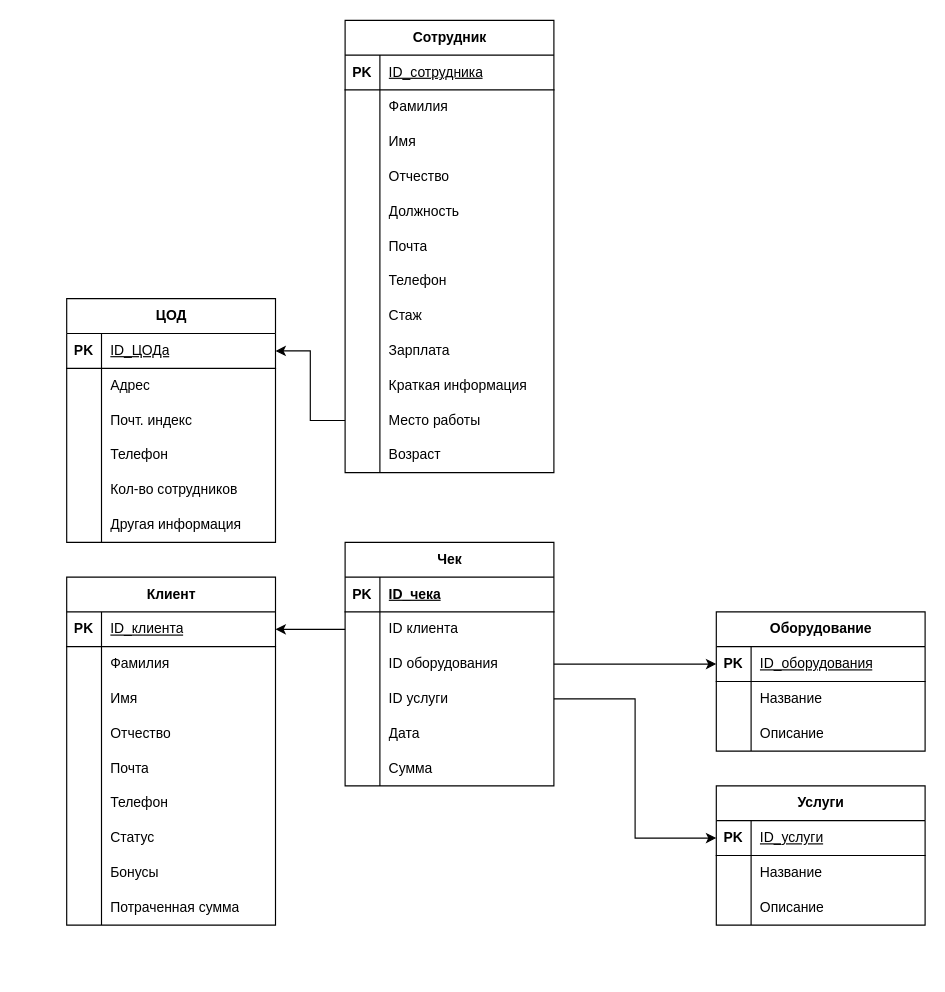
Earlier version of the draw.io diagram datacenter.drawio (tarvarrs/DB-course). Source tidied: cells renumbered, new cells numbered last; positions are measured from the earlier drawing's top-left corner, leaving out a move shared by most shapes. Both pictures are drawn from the tidied source at 116%, with x=0, y=0 at pixel (66, 20).
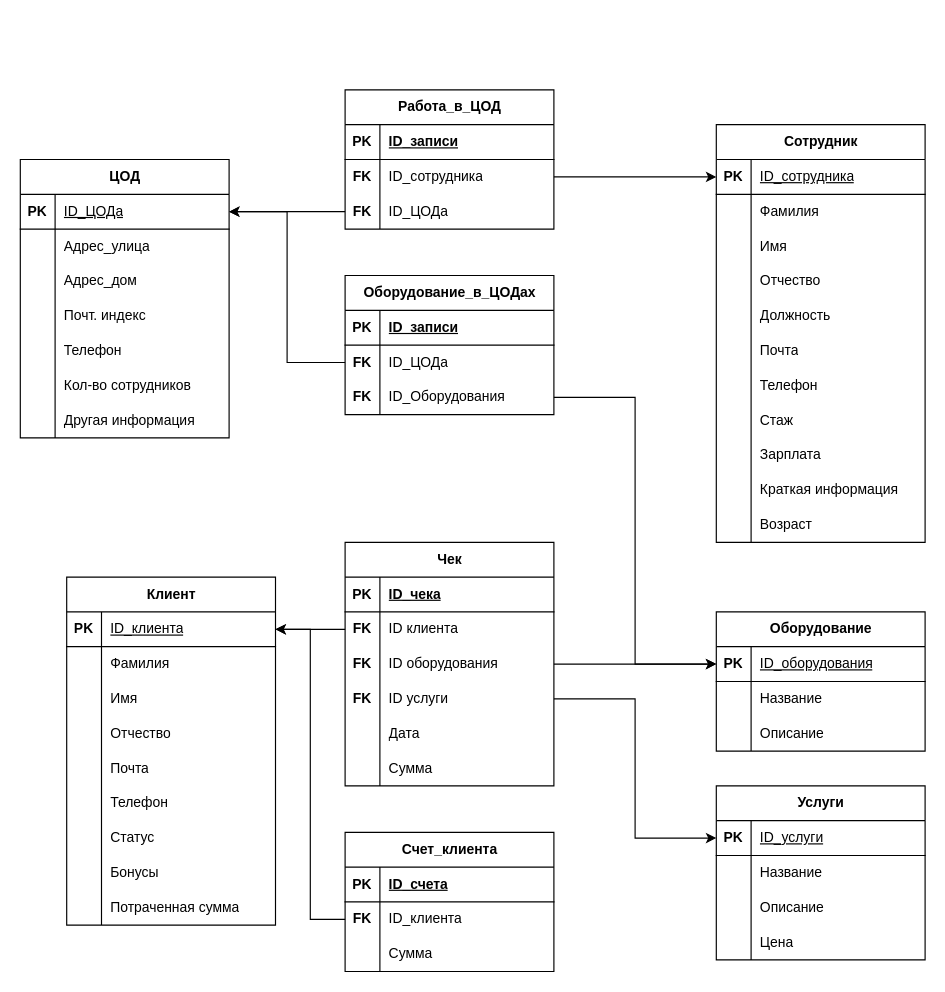
After the change.

Unchanged cells that the change refers to:
```xml
<mxCell id="3" style="shape=tableRow;horizontal=0;startSize=0;swimlaneHead=0;swimlaneBody=0;fillColor=none;points=[[0,0.5],[1,0.5]];portConstraint=eastwest;top=0;left=0;right=0;bottom=1;" parent="2" vertex="1">
  <mxGeometry y="30" width="180" height="30" as="geometry" />
</mxCell>
<mxCell id="6" style="shape=tableRow;horizontal=0;startSize=0;swimlaneHead=0;swimlaneBody=0;fillColor=none;top=0;left=0;right=0;bottom=0;" parent="2" vertex="1">
  <mxGeometry y="60" width="180" height="30" as="geometry" />
</mxCell>
<mxCell id="22" style="shape=tableRow;horizontal=0;startSize=0;swimlaneHead=0;swimlaneBody=0;fillColor=none;points=[[0,0.5],[1,0.5]];portConstraint=eastwest;top=0;left=0;right=0;bottom=1;" parent="21" vertex="1">
  <mxGeometry y="30" width="180" height="30" as="geometry" />
</mxCell>
<mxCell id="59" style="shape=tableRow;horizontal=0;startSize=0;swimlaneHead=0;swimlaneBody=0;fillColor=none;points=[[0,0.5],[1,0.5]];portConstraint=eastwest;top=0;left=0;right=0;bottom=1;" parent="58" vertex="1">
  <mxGeometry y="30" width="180" height="30" as="geometry" />
</mxCell>
<mxCell id="87" style="shape=tableRow;horizontal=0;startSize=0;swimlaneHead=0;swimlaneBody=0;fillColor=none;points=[[0,0.5],[1,0.5]];portConstraint=eastwest;top=0;left=0;right=0;bottom=1;" parent="86" vertex="1">
  <mxGeometry y="30" width="180" height="30" as="geometry" />
</mxCell>
<mxCell id="110" style="shape=tableRow;horizontal=0;startSize=0;swimlaneHead=0;swimlaneBody=0;fillColor=none;points=[[0,0.5],[1,0.5]];portConstraint=eastwest;top=0;left=0;right=0;bottom=0;" parent="106" vertex="1">
  <mxGeometry y="60" width="180" height="30" as="geometry" />
</mxCell>
<mxCell id="113" style="shape=tableRow;horizontal=0;startSize=0;swimlaneHead=0;swimlaneBody=0;fillColor=none;points=[[0,0.5],[1,0.5]];portConstraint=eastwest;top=0;left=0;right=0;bottom=0;" parent="106" vertex="1">
  <mxGeometry y="90" width="180" height="30" as="geometry" />
</mxCell>
<mxCell id="116" style="shape=tableRow;horizontal=0;startSize=0;swimlaneHead=0;swimlaneBody=0;fillColor=none;points=[[0,0.5],[1,0.5]];portConstraint=eastwest;top=0;left=0;right=0;bottom=0;" parent="106" vertex="1">
  <mxGeometry y="120" width="180" height="30" as="geometry" />
</mxCell>
```

Diff of the diagram source:
```diff
@@
     <mxCell id="2" value="ЦОД" style="shape=table;startSize=30;childLayout=tableLayout;rowLines=0;fontStyle=1;align=center;html=1;" parent="1" vertex="1">
-      <mxGeometry y="240" width="180" height="210" as="geometry" />
+      <mxGeometry x="-40" y="120" width="180" height="240" as="geometry" />
     </mxCell>
@@
-    <mxCell id="8" value="Адрес" style="shape=partialRectangle;fillColor=none;top=0;left=0;bottom=0;right=0;align=left;spacingLeft=6;overflow=hidden;whiteSpace=wrap;html=1;" parent="6" vertex="1">
+    <mxCell id="8" value="Адрес_улица" style="shape=partialRectangle;fillColor=none;top=0;left=0;bottom=0;right=0;align=left;spacingLeft=6;overflow=hidden;whiteSpace=wrap;html=1;" parent="6" vertex="1">
       <mxGeometry x="30" width="150" height="30" as="geometry" />
     </mxCell>
+    <mxCell id="129" style="shape=tableRow;horizontal=0;startSize=0;swimlaneHead=0;swimlaneBody=0;fillColor=none;top=0;left=0;right=0;bottom=0;" parent="2" vertex="1">
+      <mxGeometry y="90" width="180" height="30" as="geometry" />
+    </mxCell>
+    <mxCell id="130" style="shape=partialRectangle;fillColor=none;top=0;left=0;bottom=0;right=0;overflow=hidden;whiteSpace=wrap;html=1;" parent="129" vertex="1">
+      <mxGeometry width="30" height="30" as="geometry" />
+    </mxCell>
+    <mxCell id="131" value="Адрес_дом" style="shape=partialRectangle;fillColor=none;top=0;left=0;bottom=0;right=0;align=left;spacingLeft=6;overflow=hidden;whiteSpace=wrap;html=1;" parent="129" vertex="1">
+      <mxGeometry x="30" width="150" height="30" as="geometry" />
+    </mxCell>
     <mxCell id="9" style="shape=tableRow;horizontal=0;startSize=0;swimlaneHead=0;swimlaneBody=0;fillColor=none;top=0;left=0;right=0;bottom=0;" parent="2" vertex="1">
-      <mxGeometry y="90" width="180" height="30" as="geometry" />
+      <mxGeometry y="120" width="180" height="30" as="geometry" />
     </mxCell>
@@
     <mxCell id="12" style="shape=tableRow;horizontal=0;startSize=0;swimlaneHead=0;swimlaneBody=0;fillColor=none;top=0;left=0;right=0;bottom=0;" parent="2" vertex="1">
-      <mxGeometry y="120" width="180" height="30" as="geometry" />
+      <mxGeometry y="150" width="180" height="30" as="geometry" />
     </mxCell>
@@
     <mxCell id="15" style="shape=tableRow;horizontal=0;startSize=0;swimlaneHead=0;swimlaneBody=0;fillColor=none;top=0;left=0;right=0;bottom=0;" parent="2" vertex="1">
-      <mxGeometry y="150" width="180" height="30" as="geometry" />
+      <mxGeometry y="180" width="180" height="30" as="geometry" />
     </mxCell>
@@
     <mxCell id="18" style="shape=tableRow;horizontal=0;startSize=0;swimlaneHead=0;swimlaneBody=0;fillColor=none;top=0;left=0;right=0;bottom=0;" parent="2" vertex="1">
-      <mxGeometry y="180" width="180" height="30" as="geometry" />
+      <mxGeometry y="210" width="180" height="30" as="geometry" />
     </mxCell>
@@
     <mxCell id="21" value="Сотрудник" style="shape=table;startSize=30;childLayout=tableLayout;rowLines=0;fontStyle=1;align=center;html=1;" parent="1" vertex="1">
-      <mxGeometry x="240" width="180" height="390" as="geometry" />
+      <mxGeometry x="560" y="90" width="180" height="360" as="geometry" />
     </mxCell>
@@
-    <mxCell id="52" style="shape=tableRow;horizontal=0;startSize=0;swimlaneHead=0;swimlaneBody=0;fillColor=none;points=[[0,0.5],[1,0.5]];portConstraint=eastwest;top=0;left=0;right=0;bottom=0;" parent="21" vertex="1">
-      <mxGeometry y="330" width="180" height="30" as="geometry" />
-    </mxCell>
-    <mxCell id="53" style="shape=partialRectangle;fillColor=none;top=0;left=0;bottom=0;right=0;overflow=hidden;whiteSpace=wrap;html=1;" parent="52" vertex="1">
-      <mxGeometry width="30" height="30" as="geometry" />
-    </mxCell>
-    <mxCell id="54" value="Место работы" style="shape=partialRectangle;fillColor=none;top=0;left=0;bottom=0;right=0;align=left;spacingLeft=6;overflow=hidden;whiteSpace=wrap;html=1;" parent="52" vertex="1">
-      <mxGeometry x="30" width="150" height="30" as="geometry" />
-    </mxCell>
     <mxCell id="55" style="shape=tableRow;horizontal=0;startSize=0;swimlaneHead=0;swimlaneBody=0;fillColor=none;top=0;left=0;right=0;bottom=0;" parent="21" vertex="1">
-      <mxGeometry y="360" width="180" height="30" as="geometry" />
+      <mxGeometry y="330" width="180" height="30" as="geometry" />
     </mxCell>
@@
     <mxCell id="96" value="Услуги" style="shape=table;startSize=30;childLayout=tableLayout;rowLines=0;fontStyle=1;align=center;html=1;" parent="1" vertex="1">
-      <mxGeometry x="560" y="660" width="180" height="120" as="geometry" />
+      <mxGeometry x="560" y="660" width="180" height="150" as="geometry" />
     </mxCell>
@@
+    <mxCell id="132" style="shape=tableRow;horizontal=0;startSize=0;swimlaneHead=0;swimlaneBody=0;fillColor=none;top=0;left=0;right=0;bottom=0;" parent="96" vertex="1">
+      <mxGeometry y="120" width="180" height="30" as="geometry" />
+    </mxCell>
+    <mxCell id="133" style="shape=partialRectangle;fillColor=none;top=0;left=0;bottom=0;right=0;overflow=hidden;whiteSpace=wrap;html=1;" parent="132" vertex="1">
+      <mxGeometry width="30" height="30" as="geometry" />
+    </mxCell>
+    <mxCell id="134" value="Цена" style="shape=partialRectangle;fillColor=none;top=0;left=0;bottom=0;right=0;align=left;spacingLeft=6;overflow=hidden;whiteSpace=wrap;html=1;" parent="132" vertex="1">
+      <mxGeometry x="30" width="150" height="30" as="geometry" />
+    </mxCell>
@@
-    <mxCell id="111" style="shape=partialRectangle;fillColor=none;top=0;left=0;bottom=0;right=0;overflow=hidden;whiteSpace=wrap;html=1;" parent="110" vertex="1">
+    <mxCell id="111" value="&lt;b&gt;FK&lt;/b&gt;" style="shape=partialRectangle;fillColor=none;top=0;left=0;bottom=0;right=0;overflow=hidden;whiteSpace=wrap;html=1;" parent="110" vertex="1">
       <mxGeometry width="30" height="30" as="geometry" />
     </mxCell>
@@
-    <mxCell id="114" style="shape=partialRectangle;fillColor=none;top=0;left=0;bottom=0;right=0;overflow=hidden;whiteSpace=wrap;html=1;" parent="113" vertex="1">
+    <mxCell id="114" value="&lt;b&gt;FK&lt;/b&gt;" style="shape=partialRectangle;fillColor=none;top=0;left=0;bottom=0;right=0;overflow=hidden;whiteSpace=wrap;html=1;" parent="113" vertex="1">
       <mxGeometry width="30" height="30" as="geometry" />
     </mxCell>
@@
-    <mxCell id="117" style="shape=partialRectangle;fillColor=none;top=0;left=0;bottom=0;right=0;overflow=hidden;whiteSpace=wrap;html=1;" parent="116" vertex="1">
+    <mxCell id="117" value="&lt;b&gt;FK&lt;/b&gt;" style="shape=partialRectangle;fillColor=none;top=0;left=0;bottom=0;right=0;overflow=hidden;whiteSpace=wrap;html=1;" parent="116" vertex="1">
       <mxGeometry width="30" height="30" as="geometry" />
     </mxCell>
@@
-    <mxCell id="125" style="edgeStyle=orthogonalEdgeStyle;rounded=0;jettySize=auto;html=1;entryX=1;entryY=0.5;entryDx=0;entryDy=0;" parent="1" edge="1" source="52" target="3">
-      <mxGeometry relative="1" as="geometry" />
-    </mxCell>
@@
+    <mxCell id="135" value="Работа_в_ЦОД" style="shape=table;startSize=30;childLayout=tableLayout;rowLines=0;fontStyle=1;align=center;html=1;" parent="1" vertex="1">
+      <mxGeometry x="240" y="60" width="180" height="120" as="geometry" />
+    </mxCell>
+    <mxCell id="136" style="shape=tableRow;horizontal=0;startSize=0;swimlaneHead=0;swimlaneBody=0;fillColor=none;top=0;left=0;right=0;bottom=1;" parent="135" vertex="1">
+      <mxGeometry y="30" width="180" height="30" as="geometry" />
+    </mxCell>
+    <mxCell id="137" value="PK" style="shape=partialRectangle;fillColor=none;top=0;left=0;bottom=0;right=0;fontStyle=1;overflow=hidden;whiteSpace=wrap;html=1;" parent="136" vertex="1">
+      <mxGeometry width="30" height="30" as="geometry" />
+    </mxCell>
+    <mxCell id="138" value="ID_записи" style="shape=partialRectangle;fillColor=none;top=0;left=0;bottom=0;right=0;align=left;spacingLeft=6;fontStyle=5;overflow=hidden;whiteSpace=wrap;html=1;" parent="136" vertex="1">
+      <mxGeometry x="30" width="150" height="30" as="geometry" />
+    </mxCell>
+    <mxCell id="139" style="shape=tableRow;horizontal=0;startSize=0;swimlaneHead=0;swimlaneBody=0;fillColor=none;points=[[0,0.5],[1,0.5]];portConstraint=eastwest;top=0;left=0;right=0;bottom=0;" parent="135" vertex="1">
+      <mxGeometry y="60" width="180" height="30" as="geometry" />
+    </mxCell>
+    <mxCell id="140" value="&lt;b&gt;FK&lt;/b&gt;" style="shape=partialRectangle;fillColor=none;top=0;left=0;bottom=0;right=0;overflow=hidden;whiteSpace=wrap;html=1;" parent="139" vertex="1">
+      <mxGeometry width="30" height="30" as="geometry" />
+    </mxCell>
+    <mxCell id="141" value="ID_сотрудника" style="shape=partialRectangle;fillColor=none;top=0;left=0;bottom=0;right=0;align=left;spacingLeft=6;overflow=hidden;whiteSpace=wrap;html=1;" parent="139" vertex="1">
+      <mxGeometry x="30" width="150" height="30" as="geometry" />
+    </mxCell>
+    <mxCell id="142" style="shape=tableRow;horizontal=0;startSize=0;swimlaneHead=0;swimlaneBody=0;fillColor=none;points=[[0,0.5],[1,0.5]];portConstraint=eastwest;top=0;left=0;right=0;bottom=0;" parent="135" vertex="1">
+      <mxGeometry y="90" width="180" height="30" as="geometry" />
+    </mxCell>
+    <mxCell id="143" value="&lt;b&gt;FK&lt;/b&gt;" style="shape=partialRectangle;fillColor=none;top=0;left=0;bottom=0;right=0;overflow=hidden;whiteSpace=wrap;html=1;" parent="142" vertex="1">
+      <mxGeometry width="30" height="30" as="geometry" />
+    </mxCell>
+    <mxCell id="144" value="ID_ЦОДа" style="shape=partialRectangle;fillColor=none;top=0;left=0;bottom=0;right=0;align=left;spacingLeft=6;overflow=hidden;whiteSpace=wrap;html=1;" parent="142" vertex="1">
+      <mxGeometry x="30" width="150" height="30" as="geometry" />
+    </mxCell>
+    <mxCell id="145" style="edgeStyle=orthogonalEdgeStyle;rounded=0;jettySize=auto;html=1;" parent="1" edge="1" source="139" target="22">
+      <mxGeometry relative="1" as="geometry" />
+    </mxCell>
+    <mxCell id="146" style="edgeStyle=orthogonalEdgeStyle;rounded=0;jettySize=auto;html=1;" parent="1" edge="1" source="142" target="3">
+      <mxGeometry relative="1" as="geometry" />
+    </mxCell>
+    <mxCell id="147" value="Оборудование_в_ЦОДах" style="shape=table;startSize=30;childLayout=tableLayout;rowLines=0;fontStyle=1;align=center;html=1;" parent="1" vertex="1">
+      <mxGeometry x="240" y="220" width="180" height="120" as="geometry" />
+    </mxCell>
+    <mxCell id="148" style="shape=tableRow;horizontal=0;startSize=0;swimlaneHead=0;swimlaneBody=0;fillColor=none;top=0;left=0;right=0;bottom=1;" parent="147" vertex="1">
+      <mxGeometry y="30" width="180" height="30" as="geometry" />
+    </mxCell>
+    <mxCell id="149" value="PK" style="shape=partialRectangle;fillColor=none;top=0;left=0;bottom=0;right=0;fontStyle=1;overflow=hidden;whiteSpace=wrap;html=1;" parent="148" vertex="1">
+      <mxGeometry width="30" height="30" as="geometry" />
+    </mxCell>
+    <mxCell id="150" value="ID_записи" style="shape=partialRectangle;fillColor=none;top=0;left=0;bottom=0;right=0;align=left;spacingLeft=6;fontStyle=5;overflow=hidden;whiteSpace=wrap;html=1;" parent="148" vertex="1">
+      <mxGeometry x="30" width="150" height="30" as="geometry" />
+    </mxCell>
+    <mxCell id="151" style="shape=tableRow;horizontal=0;startSize=0;swimlaneHead=0;swimlaneBody=0;fillColor=none;points=[[0,0.5],[1,0.5]];portConstraint=eastwest;top=0;left=0;right=0;bottom=0;" parent="147" vertex="1">
+      <mxGeometry y="60" width="180" height="30" as="geometry" />
+    </mxCell>
+    <mxCell id="152" value="&lt;b&gt;FK&lt;/b&gt;" style="shape=partialRectangle;fillColor=none;top=0;left=0;bottom=0;right=0;overflow=hidden;whiteSpace=wrap;html=1;" parent="151" vertex="1">
+      <mxGeometry width="30" height="30" as="geometry" />
+    </mxCell>
+    <mxCell id="153" value="ID_ЦОДа" style="shape=partialRectangle;fillColor=none;top=0;left=0;bottom=0;right=0;align=left;spacingLeft=6;overflow=hidden;whiteSpace=wrap;html=1;" parent="151" vertex="1">
+      <mxGeometry x="30" width="150" height="30" as="geometry" />
+    </mxCell>
+    <mxCell id="154" style="shape=tableRow;horizontal=0;startSize=0;swimlaneHead=0;swimlaneBody=0;fillColor=none;points=[[0,0.5],[1,0.5]];portConstraint=eastwest;top=0;left=0;right=0;bottom=0;" parent="147" vertex="1">
+      <mxGeometry y="90" width="180" height="30" as="geometry" />
+    </mxCell>
+    <mxCell id="155" value="&lt;b&gt;FK&lt;/b&gt;" style="shape=partialRectangle;fillColor=none;top=0;left=0;bottom=0;right=0;overflow=hidden;whiteSpace=wrap;html=1;" parent="154" vertex="1">
+      <mxGeometry width="30" height="30" as="geometry" />
+    </mxCell>
+    <mxCell id="156" value="ID_Оборудования" style="shape=partialRectangle;fillColor=none;top=0;left=0;bottom=0;right=0;align=left;spacingLeft=6;overflow=hidden;whiteSpace=wrap;html=1;" parent="154" vertex="1">
+      <mxGeometry x="30" width="150" height="30" as="geometry" />
+    </mxCell>
+    <mxCell id="157" style="edgeStyle=orthogonalEdgeStyle;rounded=0;jettySize=auto;html=1;" parent="1" edge="1" source="154" target="87">
+      <mxGeometry relative="1" as="geometry" />
+    </mxCell>
+    <mxCell id="158" style="edgeStyle=orthogonalEdgeStyle;rounded=0;jettySize=auto;html=1;" parent="1" edge="1" source="151" target="3">
+      <mxGeometry relative="1" as="geometry" />
+    </mxCell>
+    <mxCell id="159" value="Счет_клиента" style="shape=table;startSize=30;childLayout=tableLayout;rowLines=0;fontStyle=1;align=center;html=1;" parent="1" vertex="1">
+      <mxGeometry x="240" y="700" width="180" height="120" as="geometry" />
+    </mxCell>
+    <mxCell id="160" style="shape=tableRow;horizontal=0;startSize=0;swimlaneHead=0;swimlaneBody=0;fillColor=none;top=0;left=0;right=0;bottom=1;" parent="159" vertex="1">
+      <mxGeometry y="30" width="180" height="30" as="geometry" />
+    </mxCell>
+    <mxCell id="161" value="PK" style="shape=partialRectangle;fillColor=none;top=0;left=0;bottom=0;right=0;fontStyle=1;overflow=hidden;whiteSpace=wrap;html=1;" parent="160" vertex="1">
+      <mxGeometry width="30" height="30" as="geometry" />
+    </mxCell>
+    <mxCell id="162" value="ID_счета" style="shape=partialRectangle;fillColor=none;top=0;left=0;bottom=0;right=0;align=left;spacingLeft=6;fontStyle=5;overflow=hidden;whiteSpace=wrap;html=1;" parent="160" vertex="1">
+      <mxGeometry x="30" width="150" height="30" as="geometry" />
+    </mxCell>
+    <mxCell id="163" style="shape=tableRow;horizontal=0;startSize=0;swimlaneHead=0;swimlaneBody=0;fillColor=none;points=[[0,0.5],[1,0.5]];portConstraint=eastwest;top=0;left=0;right=0;bottom=0;" parent="159" vertex="1">
+      <mxGeometry y="60" width="180" height="30" as="geometry" />
+    </mxCell>
+    <mxCell id="164" value="&lt;b&gt;FK&lt;/b&gt;" style="shape=partialRectangle;fillColor=none;top=0;left=0;bottom=0;right=0;overflow=hidden;whiteSpace=wrap;html=1;" parent="163" vertex="1">
+      <mxGeometry width="30" height="30" as="geometry" />
+    </mxCell>
+    <mxCell id="165" value="ID_клиента" style="shape=partialRectangle;fillColor=none;top=0;left=0;bottom=0;right=0;align=left;spacingLeft=6;overflow=hidden;whiteSpace=wrap;html=1;" parent="163" vertex="1">
+      <mxGeometry x="30" width="150" height="30" as="geometry" />
+    </mxCell>
+    <mxCell id="166" style="shape=tableRow;horizontal=0;startSize=0;swimlaneHead=0;swimlaneBody=0;fillColor=none;top=0;left=0;right=0;bottom=0;" parent="159" vertex="1">
+      <mxGeometry y="90" width="180" height="30" as="geometry" />
+    </mxCell>
+    <mxCell id="167" style="shape=partialRectangle;fillColor=none;top=0;left=0;bottom=0;right=0;overflow=hidden;whiteSpace=wrap;html=1;" parent="166" vertex="1">
+      <mxGeometry width="30" height="30" as="geometry" />
+    </mxCell>
+    <mxCell id="168" value="Сумма" style="shape=partialRectangle;fillColor=none;top=0;left=0;bottom=0;right=0;align=left;spacingLeft=6;overflow=hidden;whiteSpace=wrap;html=1;" parent="166" vertex="1">
+      <mxGeometry x="30" width="150" height="30" as="geometry" />
+    </mxCell>
+    <mxCell id="169" style="edgeStyle=orthogonalEdgeStyle;rounded=0;jettySize=auto;html=1;" parent="1" edge="1" source="163" target="59">
+      <mxGeometry relative="1" as="geometry" />
+    </mxCell>
```
